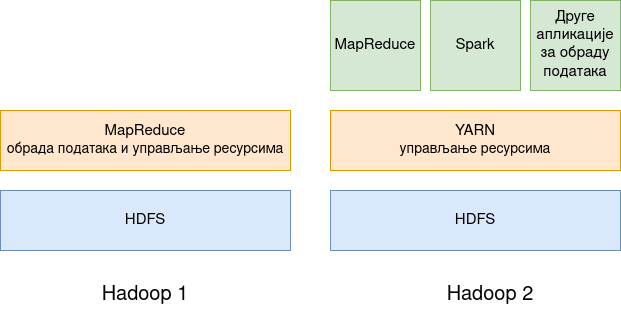
davgav123/geo-locator keeps this draw.io diagram as thesis_serbian/master-thesis-tex-source/pictures/mr_yarn_hadoop_versions.png. Above is the earlier version. Source tidied: cells renumbered, new cells last; positions are measured from the earlier drawing's top-left corner, leaving out a move shared by most shapes.
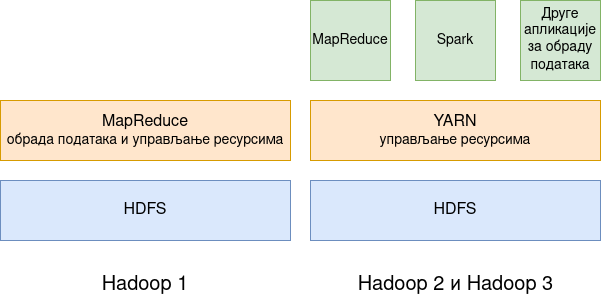
Later version of the same file.

What changed in the source:
```diff
@@ -2,32 +2,32 @@
   <root>
     <mxCell id="0" />
     <mxCell id="1" parent="0" />
-    <mxCell id="2" value="&lt;div style=&quot;font-size: 15px;&quot;&gt;&lt;font style=&quot;font-size: 15px;&quot;&gt;MapReduce&lt;/font&gt;&lt;/div&gt;&lt;div style=&quot;font-size: 14px;&quot;&gt;&lt;font style=&quot;font-size: 14px;&quot;&gt;обрада података и управљање ресурсима&lt;font style=&quot;font-size: 15px;&quot;&gt;&lt;br&gt;&lt;/font&gt;&lt;/font&gt;&lt;/div&gt;" style="rounded=0;whiteSpace=wrap;html=1;fillColor=#ffe6cc;strokeColor=#d79b00;" parent="1" vertex="1">
-      <mxGeometry y="110" width="290" height="60" as="geometry" />
+    <mxCell id="2" value="&lt;div style=&quot;font-size: 16px;&quot;&gt;&lt;font style=&quot;font-size: 16px;&quot;&gt;MapReduce&lt;/font&gt;&lt;/div&gt;&lt;div style=&quot;font-size: 14px&quot;&gt;обрада података и управљање ресурсима&lt;font style=&quot;font-size: 14px&quot;&gt;&lt;br&gt;&lt;/font&gt;&lt;/div&gt;" style="rounded=0;whiteSpace=wrap;html=1;fillColor=#ffe6cc;strokeColor=#d79b00;" parent="1" vertex="1">
+      <mxGeometry x="20" y="110" width="290" height="60" as="geometry" />
     </mxCell>
-    <mxCell id="3" value="&lt;font style=&quot;font-size: 15px;&quot;&gt;HDFS&lt;/font&gt;" style="rounded=0;whiteSpace=wrap;html=1;fillColor=#dae8fc;strokeColor=#6c8ebf;" parent="1" vertex="1">
-      <mxGeometry y="190" width="290" height="60" as="geometry" />
+    <mxCell id="3" value="&lt;font style=&quot;font-size: 16px;&quot;&gt;HDFS&lt;/font&gt;" style="rounded=0;whiteSpace=wrap;html=1;fillColor=#dae8fc;strokeColor=#6c8ebf;" parent="1" vertex="1">
+      <mxGeometry x="20" y="190" width="290" height="60" as="geometry" />
     </mxCell>
-    <mxCell id="4" value="&lt;div style=&quot;font-size: 15px;&quot;&gt;&lt;font style=&quot;font-size: 15px;&quot;&gt;YARN&lt;/font&gt;&lt;/div&gt;&lt;div style=&quot;font-size: 14px;&quot;&gt;&lt;font style=&quot;font-size: 14px;&quot;&gt;управљање ресурсима&lt;font style=&quot;font-size: 15px;&quot;&gt;&lt;br&gt;&lt;/font&gt;&lt;/font&gt;&lt;/div&gt;" style="rounded=0;whiteSpace=wrap;html=1;fillColor=#ffe6cc;strokeColor=#d79b00;" parent="1" vertex="1">
+    <mxCell id="4" value="&lt;div style=&quot;font-size: 16px;&quot;&gt;&lt;font style=&quot;font-size: 16px;&quot;&gt;YARN&lt;/font&gt;&lt;/div&gt;&lt;div style=&quot;font-size: 14px&quot;&gt;управљање ресурсима&lt;font style=&quot;font-size: 14px&quot;&gt;&lt;br&gt;&lt;/font&gt;&lt;/div&gt;" style="rounded=0;whiteSpace=wrap;html=1;fillColor=#ffe6cc;strokeColor=#d79b00;" parent="1" vertex="1">
       <mxGeometry x="330" y="110" width="290" height="60" as="geometry" />
     </mxCell>
-    <mxCell id="5" value="&lt;font style=&quot;font-size: 15px;&quot;&gt;HDFS&lt;/font&gt;" style="rounded=0;whiteSpace=wrap;html=1;fillColor=#dae8fc;strokeColor=#6c8ebf;" parent="1" vertex="1">
+    <mxCell id="5" value="&lt;font style=&quot;font-size: 16px;&quot;&gt;HDFS&lt;/font&gt;" style="rounded=0;whiteSpace=wrap;html=1;fillColor=#dae8fc;strokeColor=#6c8ebf;" parent="1" vertex="1">
       <mxGeometry x="330" y="190" width="290" height="60" as="geometry" />
     </mxCell>
-    <mxCell id="6" value="&lt;font style=&quot;font-size: 15px;&quot;&gt;MapReduce&lt;/font&gt;" style="whiteSpace=wrap;html=1;fillColor=#d5e8d4;strokeColor=#82b366;" parent="1" vertex="1">
-      <mxGeometry x="330" width="90" height="90" as="geometry" />
+    <mxCell id="6" value="&lt;font style=&quot;font-size: 14px&quot;&gt;MapReduce&lt;/font&gt;" style="whiteSpace=wrap;html=1;fillColor=#d5e8d4;strokeColor=#82b366;" parent="1" vertex="1">
+      <mxGeometry x="330" y="10" width="80" height="80" as="geometry" />
     </mxCell>
-    <mxCell id="7" value="&lt;font style=&quot;font-size: 15px;&quot;&gt;Spark&lt;/font&gt;" style="whiteSpace=wrap;html=1;fillColor=#d5e8d4;strokeColor=#82b366;" parent="1" vertex="1">
-      <mxGeometry x="430" width="90" height="90" as="geometry" />
+    <mxCell id="7" value="&lt;font style=&quot;font-size: 14px&quot;&gt;Spark&lt;/font&gt;" style="whiteSpace=wrap;html=1;fillColor=#d5e8d4;strokeColor=#82b366;" parent="1" vertex="1">
+      <mxGeometry x="435" y="10" width="80" height="80" as="geometry" />
     </mxCell>
-    <mxCell id="8" value="&lt;font style=&quot;font-size: 15px;&quot;&gt;&lt;font style=&quot;font-size: 15px;&quot;&gt;Друге апликације за обраду података&lt;/font&gt;&lt;font style=&quot;font-size: 16px;&quot;&gt;&lt;br&gt;&lt;/font&gt;&lt;/font&gt;" style="whiteSpace=wrap;html=1;fillColor=#d5e8d4;strokeColor=#82b366;" parent="1" vertex="1">
-      <mxGeometry x="530" width="90" height="90" as="geometry" />
+    <mxCell id="8" value="&lt;font style=&quot;font-size: 14px;&quot;&gt;&lt;font style=&quot;font-size: 14px;&quot;&gt;Друге апликације за обраду података&lt;/font&gt;&lt;font style=&quot;font-size: 16px;&quot;&gt;&lt;br&gt;&lt;/font&gt;&lt;/font&gt;" style="whiteSpace=wrap;html=1;fillColor=#d5e8d4;strokeColor=#82b366;" parent="1" vertex="1">
+      <mxGeometry x="540" y="10" width="80" height="80" as="geometry" />
     </mxCell>
     <mxCell id="9" value="&lt;font style=&quot;font-size: 20px&quot;&gt;Hadoop 1&lt;/font&gt;" style="text;html=1;strokeColor=none;fillColor=none;align=center;verticalAlign=middle;whiteSpace=wrap;rounded=0;" parent="1" vertex="1">
-      <mxGeometry x="90" y="280" width="110" height="30" as="geometry" />
+      <mxGeometry x="110" y="280" width="110" height="30" as="geometry" />
     </mxCell>
-    <mxCell id="10" value="&lt;font style=&quot;font-size: 20px&quot;&gt;Hadoop 2&lt;br&gt;&lt;/font&gt;" style="text;html=1;strokeColor=none;fillColor=none;align=center;verticalAlign=middle;whiteSpace=wrap;rounded=0;" parent="1" vertex="1">
-      <mxGeometry x="430" y="280" width="120" height="30" as="geometry" />
+    <mxCell id="10" value="&lt;font style=&quot;font-size: 20px&quot;&gt;Hadoop 2 и Hadoop 3&lt;br&gt;&lt;/font&gt;" style="text;html=1;strokeColor=none;fillColor=none;align=center;verticalAlign=middle;whiteSpace=wrap;rounded=0;" parent="1" vertex="1">
+      <mxGeometry x="362.5" y="280" width="225" height="30" as="geometry" />
     </mxCell>
   </root>
 </mxGraphModel>
```
